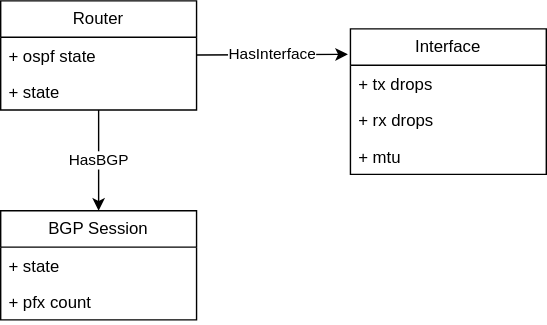
matteote/gnnsandbox-twindq-bench keeps this draw.io diagram as docs/drawings/gnn/hetgnn-features.drawio.svg. Above is the earlier version. Source tidied: cells renumbered, new cells last; positions are measured from the earlier drawing's top-left corner, leaving out a move shared by most shapes.
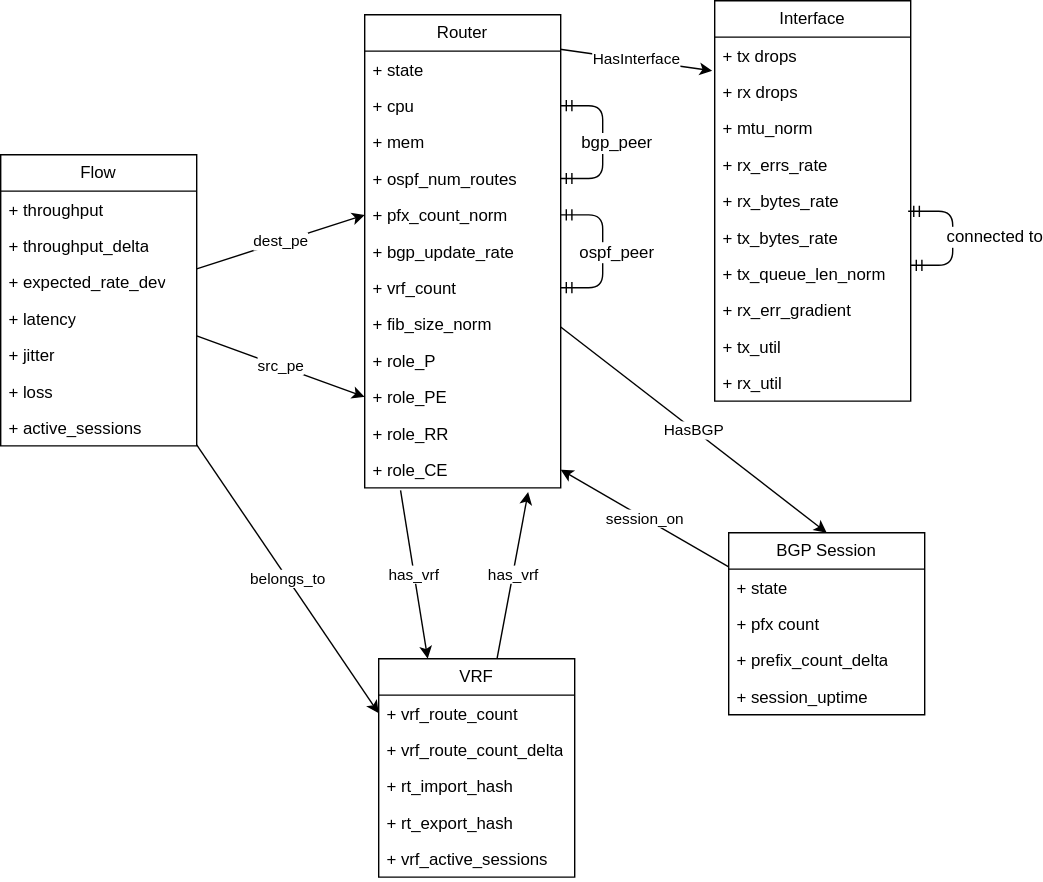
Later version of the same file.

Change to the diagram source:
```diff
@@ -5,17 +5,56 @@
     <mxCell id="2" value="HasBGP" style="edgeStyle=none;html=1;entryX=0.5;entryY=0;entryDx=0;entryDy=0;" parent="1" edge="1" source="3" target="10">
       <mxGeometry relative="1" as="geometry" />
     </mxCell>
+    <mxCell id="14" value="has_vrf" style="edgeStyle=none;html=1;exitX=0.183;exitY=1.07;exitDx=0;exitDy=0;exitPerimeter=0;entryX=0.25;entryY=0;entryDx=0;entryDy=0;" parent="1" edge="1" source="24" target="39">
+      <mxGeometry relative="1" as="geometry" />
+    </mxCell>
     <mxCell id="3" value="Router" style="swimlane;fontStyle=0;horizontal=1;startSize=26;fillColor=none;whiteSpace=wrap;html=1;" parent="1" vertex="1">
-      <mxGeometry width="140" height="78" as="geometry" />
+      <mxGeometry x="250" y="-80" width="140" height="338" as="geometry" />
     </mxCell>
-    <mxCell id="4" value="+ ospf state" style="text;strokeColor=none;fillColor=none;align=left;verticalAlign=top;spacingLeft=4;spacingRight=4;overflow=hidden;points=[[0,0.5],[1,0.5]];portConstraint=eastwest;whiteSpace=wrap;html=1;" parent="3" vertex="1">
+    <mxCell id="4" value="+ state" style="text;strokeColor=none;fillColor=none;align=left;verticalAlign=top;spacingLeft=4;spacingRight=4;overflow=hidden;points=[[0,0.5],[1,0.5]];portConstraint=eastwest;whiteSpace=wrap;html=1;" parent="3" vertex="1">
       <mxGeometry y="26" width="140" height="26" as="geometry" />
     </mxCell>
-    <mxCell id="5" value="+ state" style="text;strokeColor=none;fillColor=none;align=left;verticalAlign=top;spacingLeft=4;spacingRight=4;overflow=hidden;points=[[0,0.5],[1,0.5]];portConstraint=eastwest;whiteSpace=wrap;html=1;" parent="3" vertex="1">
+    <mxCell id="5" value="+ cpu" style="text;strokeColor=none;fillColor=none;align=left;verticalAlign=top;spacingLeft=4;spacingRight=4;overflow=hidden;points=[[0,0.5],[1,0.5]];portConstraint=eastwest;whiteSpace=wrap;html=1;" parent="3" vertex="1">
       <mxGeometry y="52" width="140" height="26" as="geometry" />
     </mxCell>
+    <mxCell id="15" value="+ mem" style="text;strokeColor=none;fillColor=none;align=left;verticalAlign=top;spacingLeft=4;spacingRight=4;overflow=hidden;whiteSpace=wrap;html=1;" parent="3" vertex="1">
+      <mxGeometry y="78" width="140" height="26" as="geometry" />
+    </mxCell>
+    <mxCell id="16" value="+ ospf_num_routes" style="text;strokeColor=none;fillColor=none;align=left;verticalAlign=top;spacingLeft=4;spacingRight=4;overflow=hidden;points=[[0,0.5],[1,0.5]];portConstraint=eastwest;whiteSpace=wrap;html=1;" parent="3" vertex="1">
+      <mxGeometry y="104" width="140" height="26" as="geometry" />
+    </mxCell>
+    <mxCell id="17" value="+ pfx_count_norm" style="text;strokeColor=none;fillColor=none;align=left;verticalAlign=top;spacingLeft=4;spacingRight=4;overflow=hidden;points=[[0,0.5],[1,0.5]];portConstraint=eastwest;whiteSpace=wrap;html=1;" parent="3" vertex="1">
+      <mxGeometry y="130" width="140" height="26" as="geometry" />
+    </mxCell>
+    <mxCell id="18" value="+ bgp_update_rate" style="text;strokeColor=none;fillColor=none;align=left;verticalAlign=top;spacingLeft=4;spacingRight=4;overflow=hidden;whiteSpace=wrap;html=1;" parent="3" vertex="1">
+      <mxGeometry y="156" width="140" height="26" as="geometry" />
+    </mxCell>
+    <mxCell id="19" value="+ vrf_count" style="text;strokeColor=none;fillColor=none;align=left;verticalAlign=top;spacingLeft=4;spacingRight=4;overflow=hidden;points=[[0,0.5],[1,0.5]];portConstraint=eastwest;whiteSpace=wrap;html=1;" parent="3" vertex="1">
+      <mxGeometry y="182" width="140" height="26" as="geometry" />
+    </mxCell>
+    <mxCell id="20" value="+ fib_size_norm" style="text;strokeColor=none;fillColor=none;align=left;verticalAlign=top;spacingLeft=4;spacingRight=4;overflow=hidden;whiteSpace=wrap;html=1;" parent="3" vertex="1">
+      <mxGeometry y="208" width="140" height="26" as="geometry" />
+    </mxCell>
+    <mxCell id="21" value="+ role_P" style="text;strokeColor=none;fillColor=none;align=left;verticalAlign=top;spacingLeft=4;spacingRight=4;overflow=hidden;whiteSpace=wrap;html=1;" parent="3" vertex="1">
+      <mxGeometry y="234" width="140" height="26" as="geometry" />
+    </mxCell>
+    <mxCell id="22" value="+ role_PE" style="text;strokeColor=none;fillColor=none;align=left;verticalAlign=top;spacingLeft=4;spacingRight=4;overflow=hidden;points=[[0,0.5],[1,0.5]];portConstraint=eastwest;whiteSpace=wrap;html=1;" parent="3" vertex="1">
+      <mxGeometry y="260" width="140" height="26" as="geometry" />
+    </mxCell>
+    <mxCell id="23" value="+ role_RR" style="text;strokeColor=none;fillColor=none;align=left;verticalAlign=top;spacingLeft=4;spacingRight=4;overflow=hidden;whiteSpace=wrap;html=1;" parent="3" vertex="1">
+      <mxGeometry y="286" width="140" height="26" as="geometry" />
+    </mxCell>
+    <mxCell id="24" value="+ role_CE" style="text;strokeColor=none;fillColor=none;align=left;verticalAlign=top;spacingLeft=4;spacingRight=4;overflow=hidden;points=[[0,0.5],[1,0.5]];portConstraint=eastwest;whiteSpace=wrap;html=1;" parent="3" vertex="1">
+      <mxGeometry y="312" width="140" height="26" as="geometry" />
+    </mxCell>
+    <mxCell id="25" value="ospf_peer" style="edgeStyle=entityRelationEdgeStyle;fontSize=12;html=1;endArrow=ERmandOne;startArrow=ERmandOne;entryX=1;entryY=0.5;entryDx=0;entryDy=0;exitX=1;exitY=0.5;exitDx=0;exitDy=0;" parent="3" edge="1" source="19" target="17">
+      <mxGeometry x="-0.02" y="-10" relative="1" as="geometry" />
+    </mxCell>
+    <mxCell id="26" value="bgp_peer" style="edgeStyle=entityRelationEdgeStyle;fontSize=12;html=1;endArrow=ERmandOne;startArrow=ERmandOne;exitX=1;exitY=0.5;exitDx=0;exitDy=0;entryX=1;entryY=0.5;entryDx=0;entryDy=0;" parent="3" edge="1" source="16" target="5">
+      <mxGeometry x="-0.02" y="-10" relative="1" as="geometry" />
+    </mxCell>
     <mxCell id="6" value="Interface" style="swimlane;fontStyle=0;horizontal=1;startSize=26;fillColor=none;whiteSpace=wrap;html=1;" parent="1" vertex="1">
-      <mxGeometry x="250" y="20" width="140" height="104" as="geometry" />
+      <mxGeometry x="500" y="-90" width="140" height="286" as="geometry" />
     </mxCell>
     <mxCell id="7" value="+ tx drops" style="text;strokeColor=none;fillColor=none;align=left;verticalAlign=top;spacingLeft=4;spacingRight=4;overflow=hidden;whiteSpace=wrap;html=1;" parent="6" vertex="1">
       <mxGeometry y="26" width="140" height="26" as="geometry" />
@@ -23,11 +62,40 @@
     <mxCell id="8" value="+ rx drops" style="text;strokeColor=none;fillColor=none;align=left;verticalAlign=top;spacingLeft=4;spacingRight=4;overflow=hidden;whiteSpace=wrap;html=1;" parent="6" vertex="1">
       <mxGeometry y="52" width="140" height="26" as="geometry" />
     </mxCell>
-    <mxCell id="9" value="+ mtu" style="text;strokeColor=none;fillColor=none;align=left;verticalAlign=top;spacingLeft=4;spacingRight=4;overflow=hidden;whiteSpace=wrap;html=1;" parent="6" vertex="1">
+    <mxCell id="9" value="+ mtu_norm" style="text;strokeColor=none;fillColor=none;align=left;verticalAlign=top;spacingLeft=4;spacingRight=4;overflow=hidden;whiteSpace=wrap;html=1;" parent="6" vertex="1">
       <mxGeometry y="78" width="140" height="26" as="geometry" />
     </mxCell>
+    <mxCell id="27" value="+ rx_errs_rate" style="text;strokeColor=none;fillColor=none;align=left;verticalAlign=top;spacingLeft=4;spacingRight=4;overflow=hidden;whiteSpace=wrap;html=1;" parent="6" vertex="1">
+      <mxGeometry y="104" width="140" height="26" as="geometry" />
+    </mxCell>
+    <mxCell id="28" value="+ rx_bytes_rate" style="text;strokeColor=none;fillColor=none;align=left;verticalAlign=top;spacingLeft=4;spacingRight=4;overflow=hidden;whiteSpace=wrap;html=1;" parent="6" vertex="1">
+      <mxGeometry y="130" width="140" height="26" as="geometry" />
+    </mxCell>
+    <mxCell id="29" value="+ tx_bytes_rate" style="text;strokeColor=none;fillColor=none;align=left;verticalAlign=top;spacingLeft=4;spacingRight=4;overflow=hidden;points=[[0,0.5],[1,0.5]];portConstraint=eastwest;whiteSpace=wrap;html=1;" parent="6" vertex="1">
+      <mxGeometry y="156" width="140" height="26" as="geometry" />
+    </mxCell>
+    <mxCell id="30" value="+ tx_queue_len_norm" style="text;strokeColor=none;fillColor=none;align=left;verticalAlign=top;spacingLeft=4;spacingRight=4;overflow=hidden;whiteSpace=wrap;html=1;" parent="6" vertex="1">
+      <mxGeometry y="182" width="140" height="26" as="geometry" />
+    </mxCell>
+    <mxCell id="31" value="+ rx_err_gradient" style="text;strokeColor=none;fillColor=none;align=left;verticalAlign=top;spacingLeft=4;spacingRight=4;overflow=hidden;whiteSpace=wrap;html=1;" parent="6" vertex="1">
+      <mxGeometry y="208" width="140" height="26" as="geometry" />
+    </mxCell>
+    <mxCell id="32" value="+ tx_util" style="text;strokeColor=none;fillColor=none;align=left;verticalAlign=top;spacingLeft=4;spacingRight=4;overflow=hidden;whiteSpace=wrap;html=1;" parent="6" vertex="1">
+      <mxGeometry y="234" width="140" height="26" as="geometry" />
+    </mxCell>
+    <mxCell id="33" value="+ rx_util" style="text;strokeColor=none;fillColor=none;align=left;verticalAlign=top;spacingLeft=4;spacingRight=4;overflow=hidden;whiteSpace=wrap;html=1;" parent="6" vertex="1">
+      <mxGeometry y="260" width="140" height="26" as="geometry" />
+    </mxCell>
+    <mxCell id="34" value="connected to" style="edgeStyle=entityRelationEdgeStyle;fontSize=12;html=1;endArrow=ERmandOne;startArrow=ERmandOne;entryX=0.987;entryY=-0.214;entryDx=0;entryDy=0;exitX=1;exitY=0.5;exitDx=0;exitDy=0;entryPerimeter=0;" parent="6" edge="1" target="29">
+      <mxGeometry x="-0.01" y="-30" relative="1" as="geometry">
+        <mxPoint x="140" y="189" as="sourcePoint" />
+      </mxGeometry>
+    </mxCell>
+    <mxCell id="35" value="session_on" style="edgeStyle=none;html=1;entryX=1;entryY=0.5;entryDx=0;entryDy=0;" parent="1" edge="1" source="10" target="24">
+      <mxGeometry relative="1" as="geometry" />
+    </mxCell>
     <mxCell id="10" value="BGP Session" style="swimlane;fontStyle=0;horizontal=1;startSize=26;fillColor=none;whiteSpace=wrap;html=1;" parent="1" vertex="1">
-      <mxGeometry y="150" width="140" height="78" as="geometry" />
+      <mxGeometry x="510" y="290" width="140" height="130" as="geometry" />
     </mxCell>
     <mxCell id="11" value="+ state" style="text;strokeColor=none;fillColor=none;align=left;verticalAlign=top;spacingLeft=4;spacingRight=4;overflow=hidden;whiteSpace=wrap;html=1;" parent="10" vertex="1">
       <mxGeometry y="26" width="140" height="26" as="geometry" />
@@ -35,8 +103,68 @@
     <mxCell id="12" value="+ pfx count" style="text;strokeColor=none;fillColor=none;align=left;verticalAlign=top;spacingLeft=4;spacingRight=4;overflow=hidden;whiteSpace=wrap;html=1;" parent="10" vertex="1">
       <mxGeometry y="52" width="140" height="26" as="geometry" />
     </mxCell>
+    <mxCell id="36" value="+ prefix_count_delta" style="text;strokeColor=none;fillColor=none;align=left;verticalAlign=top;spacingLeft=4;spacingRight=4;overflow=hidden;whiteSpace=wrap;html=1;" parent="10" vertex="1">
+      <mxGeometry y="78" width="140" height="26" as="geometry" />
+    </mxCell>
+    <mxCell id="37" value="+ session_uptime" style="text;strokeColor=none;fillColor=none;align=left;verticalAlign=top;spacingLeft=4;spacingRight=4;overflow=hidden;whiteSpace=wrap;html=1;" parent="10" vertex="1">
+      <mxGeometry y="104" width="140" height="26" as="geometry" />
+    </mxCell>
-    <mxCell id="13" value="HasInterface" style="edgeStyle=none;html=1;entryX=-0.013;entryY=0.175;entryDx=0;entryDy=0;entryPerimeter=0;" parent="1" edge="1" source="4" target="6">
+    <mxCell id="13" value="HasInterface" style="edgeStyle=none;html=1;entryX=-0.013;entryY=0.175;entryDx=0;entryDy=0;entryPerimeter=0;exitX=0.997;exitY=0.073;exitDx=0;exitDy=0;exitPerimeter=0;" parent="1" edge="1" source="3" target="6">
       <mxGeometry relative="1" as="geometry" />
     </mxCell>
+    <mxCell id="38" value="has_vrf" style="edgeStyle=none;html=1;entryX=0.834;entryY=1.114;entryDx=0;entryDy=0;entryPerimeter=0;" parent="1" edge="1" source="39" target="24">
+      <mxGeometry relative="1" as="geometry" />
+    </mxCell>
+    <mxCell id="39" value="VRF" style="swimlane;fontStyle=0;horizontal=1;startSize=26;fillColor=none;whiteSpace=wrap;html=1;" parent="1" vertex="1">
+      <mxGeometry x="260" y="380" width="140" height="156" as="geometry" />
+    </mxCell>
+    <mxCell id="40" value="+ vrf_route_count" style="text;strokeColor=none;fillColor=none;align=left;verticalAlign=top;spacingLeft=4;spacingRight=4;overflow=hidden;points=[[0,0.5],[1,0.5]];portConstraint=eastwest;whiteSpace=wrap;html=1;" parent="39" vertex="1">
+      <mxGeometry y="26" width="140" height="26" as="geometry" />
+    </mxCell>
+    <mxCell id="41" value="+ vrf_route_count_delta" style="text;strokeColor=none;fillColor=none;align=left;verticalAlign=top;spacingLeft=4;spacingRight=4;overflow=hidden;whiteSpace=wrap;html=1;" parent="39" vertex="1">
+      <mxGeometry y="52" width="140" height="26" as="geometry" />
+    </mxCell>
+    <mxCell id="42" value="+ rt_import_hash" style="text;strokeColor=none;fillColor=none;align=left;verticalAlign=top;spacingLeft=4;spacingRight=4;overflow=hidden;whiteSpace=wrap;html=1;" parent="39" vertex="1">
+      <mxGeometry y="78" width="140" height="26" as="geometry" />
+    </mxCell>
+    <mxCell id="43" value="+ rt_export_hash" style="text;strokeColor=none;fillColor=none;align=left;verticalAlign=top;spacingLeft=4;spacingRight=4;overflow=hidden;whiteSpace=wrap;html=1;" parent="39" vertex="1">
+      <mxGeometry y="104" width="140" height="26" as="geometry" />
+    </mxCell>
+    <mxCell id="44" value="+ vrf_active_sessions" style="text;strokeColor=none;fillColor=none;align=left;verticalAlign=top;spacingLeft=4;spacingRight=4;overflow=hidden;whiteSpace=wrap;html=1;" parent="39" vertex="1">
+      <mxGeometry y="130" width="140" height="26" as="geometry" />
+    </mxCell>
+    <mxCell id="45" value="dest_pe" style="edgeStyle=none;html=1;entryX=0;entryY=0.5;entryDx=0;entryDy=0;" parent="1" edge="1" source="48" target="17">
+      <mxGeometry relative="1" as="geometry" />
+    </mxCell>
+    <mxCell id="46" value="src_pe" style="edgeStyle=none;html=1;entryX=0;entryY=0.5;entryDx=0;entryDy=0;" parent="1" edge="1" source="48" target="22">
+      <mxGeometry relative="1" as="geometry" />
+    </mxCell>
+    <mxCell id="47" value="belongs_to" style="edgeStyle=none;html=1;entryX=0;entryY=0.5;entryDx=0;entryDy=0;" parent="1" edge="1" source="48" target="40">
+      <mxGeometry relative="1" as="geometry" />
+    </mxCell>
+    <mxCell id="48" value="Flow" style="swimlane;fontStyle=0;horizontal=1;startSize=26;fillColor=none;whiteSpace=wrap;html=1;" parent="1" vertex="1">
+      <mxGeometry x="-10" y="20" width="140" height="208" as="geometry" />
+    </mxCell>
+    <mxCell id="49" value="+ throughput" style="text;strokeColor=none;fillColor=none;align=left;verticalAlign=top;spacingLeft=4;spacingRight=4;overflow=hidden;whiteSpace=wrap;html=1;" parent="48" vertex="1">
+      <mxGeometry y="26" width="140" height="26" as="geometry" />
+    </mxCell>
+    <mxCell id="50" value="+ throughput_delta" style="text;strokeColor=none;fillColor=none;align=left;verticalAlign=top;spacingLeft=4;spacingRight=4;overflow=hidden;whiteSpace=wrap;html=1;" parent="48" vertex="1">
+      <mxGeometry y="52" width="140" height="26" as="geometry" />
+    </mxCell>
+    <mxCell id="51" value="+ expected_rate_dev" style="text;strokeColor=none;fillColor=none;align=left;verticalAlign=top;spacingLeft=4;spacingRight=4;overflow=hidden;whiteSpace=wrap;html=1;" parent="48" vertex="1">
+      <mxGeometry y="78" width="140" height="26" as="geometry" />
+    </mxCell>
+    <mxCell id="52" value="+ latency" style="text;strokeColor=none;fillColor=none;align=left;verticalAlign=top;spacingLeft=4;spacingRight=4;overflow=hidden;whiteSpace=wrap;html=1;" parent="48" vertex="1">
+      <mxGeometry y="104" width="140" height="26" as="geometry" />
+    </mxCell>
+    <mxCell id="53" value="+ jitter" style="text;strokeColor=none;fillColor=none;align=left;verticalAlign=top;spacingLeft=4;spacingRight=4;overflow=hidden;whiteSpace=wrap;html=1;" parent="48" vertex="1">
+      <mxGeometry y="130" width="140" height="26" as="geometry" />
+    </mxCell>
+    <mxCell id="54" value="+ loss" style="text;strokeColor=none;fillColor=none;align=left;verticalAlign=top;spacingLeft=4;spacingRight=4;overflow=hidden;whiteSpace=wrap;html=1;" parent="48" vertex="1">
+      <mxGeometry y="156" width="140" height="26" as="geometry" />
+    </mxCell>
+    <mxCell id="55" value="+ active_sessions" style="text;strokeColor=none;fillColor=none;align=left;verticalAlign=top;spacingLeft=4;spacingRight=4;overflow=hidden;whiteSpace=wrap;html=1;" parent="48" vertex="1">
+      <mxGeometry y="182" width="140" height="26" as="geometry" />
+    </mxCell>
   </root>
 </mxGraphModel>
```
